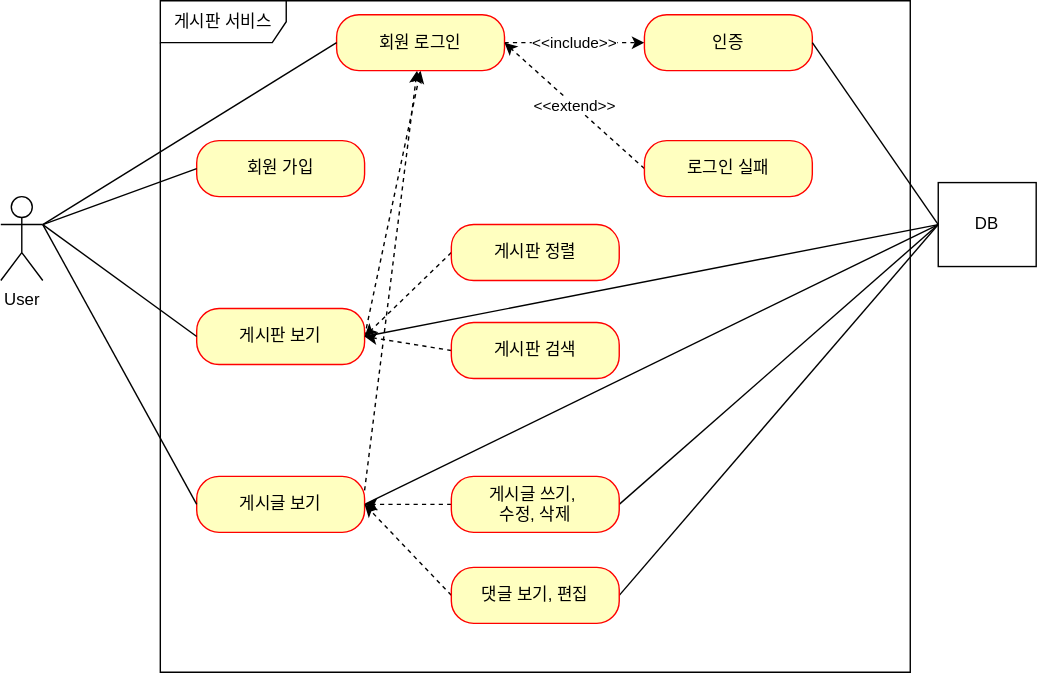
Earlier version of the draw.io export document/use-case.svg (dino-park/study-project-board). Source tidied: cells renumbered, new cells last; positions are measured from the earlier drawing's top-left corner, leaving out a move shared by most shapes.
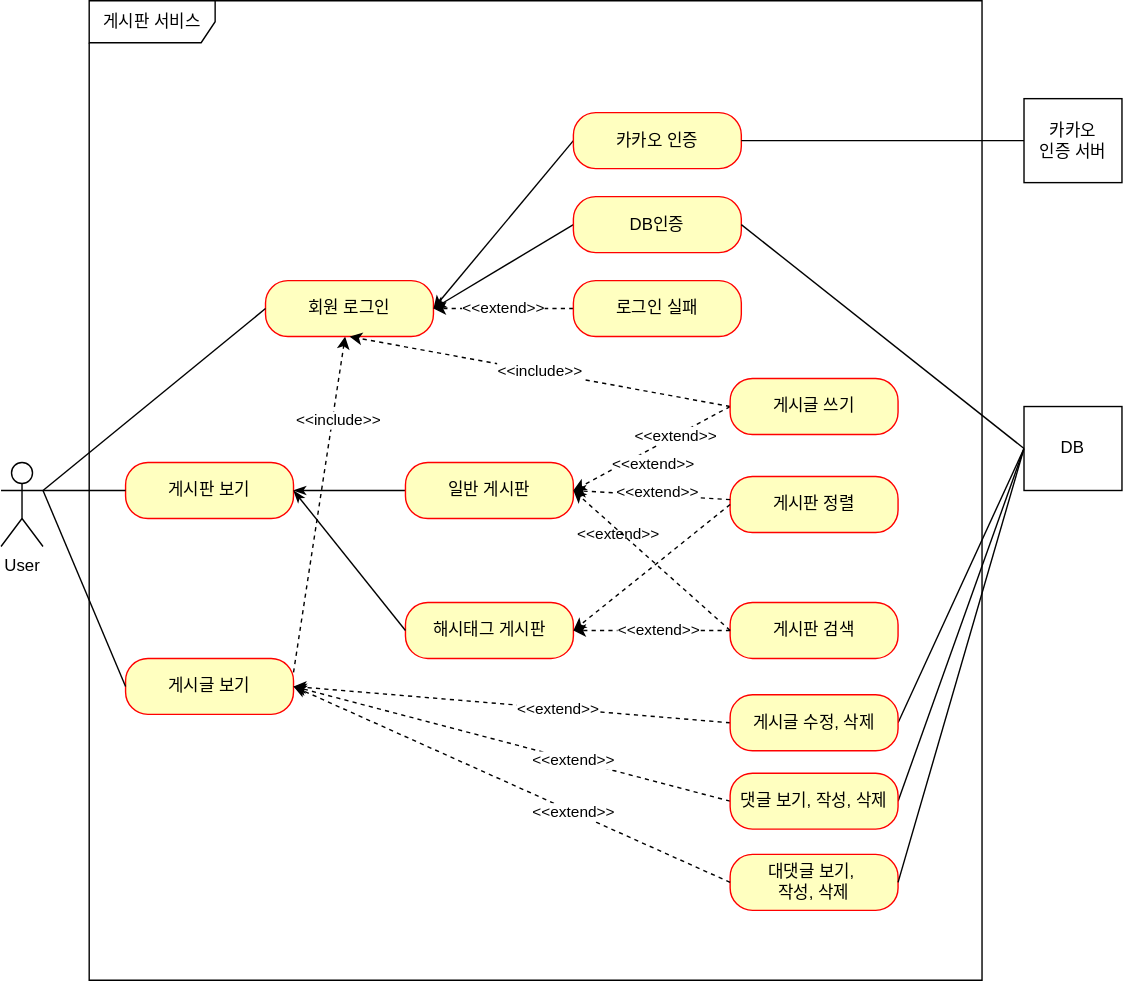
The same diagram one commit later.

Commit message:
#35 - use-case.svg: 카카오인증 유즈케이스 추가

What changed in the source:
```diff
@@ -3,80 +3,73 @@
     <mxCell id="0" />
     <mxCell id="1" parent="0" />
     <mxCell id="2" value="User" style="shape=umlActor;verticalLabelPosition=bottom;verticalAlign=top;html=1;" parent="1" vertex="1">
-      <mxGeometry y="140" width="30" height="60" as="geometry" />
+      <mxGeometry x="-61" y="140" width="30" height="60" as="geometry" />
     </mxCell>
     <mxCell id="3" value="게시판 서비스" style="shape=umlFrame;whiteSpace=wrap;html=1;width=90;height=30;" parent="1" vertex="1">
-      <mxGeometry x="114" width="536" height="480" as="geometry" />
+      <mxGeometry x="2" y="-190" width="638" height="700" as="geometry" />
     </mxCell>
-    <mxCell id="4" value="회원 가입" style="rounded=1;whiteSpace=wrap;html=1;arcSize=40;fontColor=#000000;fillColor=#ffffc0;strokeColor=#ff0000;" parent="1" vertex="1">
-      <mxGeometry x="140" y="100" width="120" height="40" as="geometry" />
-    </mxCell>
-    <mxCell id="5" style="rounded=0;jettySize=auto;html=1;exitX=1;exitY=0.5;exitDx=0;exitDy=0;entryX=0.5;entryY=1;entryDx=0;entryDy=0;dashed=1;" parent="1" edge="1" source="7" target="12">
-      <mxGeometry relative="1" as="geometry" />
-    </mxCell>
-    <mxCell id="6" style="edgeStyle=none;rounded=0;jettySize=auto;html=1;exitX=1;exitY=0.5;exitDx=0;exitDy=0;entryX=0;entryY=0.5;entryDx=0;entryDy=0;endArrow=none;endFill=0;" parent="1" edge="1" source="7" target="30">
+    <mxCell id="6" style="edgeStyle=none;rounded=0;jettySize=auto;html=1;exitX=1;exitY=0.5;exitDx=0;exitDy=0;endArrow=none;endFill=0;startArrow=classicThin;startFill=1;" parent="1" edge="1" source="7" target="36">
       <mxGeometry relative="1" as="geometry" />
     </mxCell>
     <mxCell id="7" value="게시판 보기" style="rounded=1;whiteSpace=wrap;html=1;arcSize=40;fontColor=#000000;fillColor=#ffffc0;strokeColor=#ff0000;" parent="1" vertex="1">
-      <mxGeometry x="140" y="220" width="120" height="40" as="geometry" />
+      <mxGeometry x="28" y="140" width="120" height="40" as="geometry" />
     </mxCell>
     <mxCell id="8" style="rounded=0;jettySize=auto;html=1;exitX=1;exitY=0.25;exitDx=0;exitDy=0;dashed=1;" parent="1" edge="1" source="10" target="12">
       <mxGeometry relative="1" as="geometry" />
     </mxCell>
-    <mxCell id="9" style="edgeStyle=none;rounded=0;jettySize=auto;html=1;exitX=1;exitY=0.5;exitDx=0;exitDy=0;entryX=0;entryY=0.5;entryDx=0;entryDy=0;endArrow=none;endFill=0;" parent="1" edge="1" source="10" target="30">
-      <mxGeometry relative="1" as="geometry" />
-    </mxCell>
+    <mxCell id="32" value="&amp;lt;&amp;lt;include&amp;gt;&amp;gt;" style="edgeLabel;html=1;align=center;verticalAlign=middle;" parent="8" vertex="1">
+      <mxGeometry x="-0.36" y="-2" relative="1" as="geometry">
+        <mxPoint x="18" y="-104" as="offset" />
+      </mxGeometry>
+    </mxCell>
     <mxCell id="10" value="게시글 보기" style="rounded=1;whiteSpace=wrap;html=1;arcSize=40;fontColor=#000000;fillColor=#ffffc0;strokeColor=#ff0000;" parent="1" vertex="1">
-      <mxGeometry x="140" y="340" width="120" height="40" as="geometry" />
+      <mxGeometry x="28" y="280" width="120" height="40" as="geometry" />
     </mxCell>
-    <mxCell id="11" value="&amp;lt;&amp;lt;include&amp;gt;&amp;gt;" style="rounded=0;jettySize=auto;html=1;exitX=1;exitY=0.5;exitDx=0;exitDy=0;entryX=0;entryY=0.5;entryDx=0;entryDy=0;endArrow=classic;endFill=1;dashed=1;" parent="1" edge="1" source="12" target="13">
-      <mxGeometry relative="1" as="geometry" />
-    </mxCell>
     <mxCell id="12" value="회원 로그인" style="rounded=1;whiteSpace=wrap;html=1;arcSize=40;fontColor=#000000;fillColor=#ffffc0;strokeColor=#ff0000;" parent="1" vertex="1">
-      <mxGeometry x="240" y="10" width="120" height="40" as="geometry" />
+      <mxGeometry x="128" y="10" width="120" height="40" as="geometry" />
     </mxCell>
+    <mxCell id="33" style="rounded=0;jettySize=auto;html=1;exitX=0;exitY=0.5;exitDx=0;exitDy=0;entryX=1;entryY=0.5;entryDx=0;entryDy=0;" parent="1" edge="1" source="13" target="12">
+      <mxGeometry relative="1" as="geometry" />
+    </mxCell>
-    <mxCell id="13" value="인증" style="rounded=1;whiteSpace=wrap;html=1;arcSize=40;fontColor=#000000;fillColor=#ffffc0;strokeColor=#ff0000;" parent="1" vertex="1">
-      <mxGeometry x="460" y="10" width="120" height="40" as="geometry" />
+    <mxCell id="13" value="DB인증" style="rounded=1;whiteSpace=wrap;html=1;arcSize=40;fontColor=#000000;fillColor=#ffffc0;strokeColor=#ff0000;" parent="1" vertex="1">
+      <mxGeometry x="348" y="-50" width="120" height="40" as="geometry" />
     </mxCell>
     <mxCell id="14" value="&amp;lt;&amp;lt;extend&amp;gt;&amp;gt;" style="rounded=0;jettySize=auto;html=1;exitX=0;exitY=0.5;exitDx=0;exitDy=0;entryX=1;entryY=0.5;entryDx=0;entryDy=0;endArrow=classic;endFill=1;dashed=1;" parent="1" edge="1" source="15" target="12">
       <mxGeometry relative="1" as="geometry" />
     </mxCell>
     <mxCell id="15" value="로그인 실패" style="rounded=1;whiteSpace=wrap;html=1;arcSize=40;fontColor=#000000;fillColor=#ffffc0;strokeColor=#ff0000;" parent="1" vertex="1">
-      <mxGeometry x="460" y="100" width="120" height="40" as="geometry" />
+      <mxGeometry x="348" y="10" width="120" height="40" as="geometry" />
     </mxCell>
-    <mxCell id="16" style="rounded=0;jettySize=auto;html=1;exitX=0;exitY=0.5;exitDx=0;exitDy=0;entryX=1;entryY=0.5;entryDx=0;entryDy=0;dashed=1;" parent="1" edge="1" source="17" target="7">
-      <mxGeometry relative="1" as="geometry" />
-    </mxCell>
     <mxCell id="17" value="게시판 정렬" style="rounded=1;whiteSpace=wrap;html=1;arcSize=40;fontColor=#000000;fillColor=#ffffc0;strokeColor=#ff0000;" parent="1" vertex="1">
-      <mxGeometry x="322" y="160" width="120" height="40" as="geometry" />
+      <mxGeometry x="460" y="150" width="120" height="40" as="geometry" />
     </mxCell>
-    <mxCell id="18" style="rounded=0;jettySize=auto;html=1;exitX=0;exitY=0.5;exitDx=0;exitDy=0;entryX=1;entryY=0.5;entryDx=0;entryDy=0;dashed=1;" parent="1" edge="1" source="19" target="7">
-      <mxGeometry relative="1" as="geometry" />
-    </mxCell>
     <mxCell id="19" value="게시판 검색" style="rounded=1;whiteSpace=wrap;html=1;arcSize=40;fontColor=#000000;fillColor=#ffffc0;strokeColor=#ff0000;" parent="1" vertex="1">
-      <mxGeometry x="322" y="230" width="120" height="40" as="geometry" />
+      <mxGeometry x="460" y="240" width="120" height="40" as="geometry" />
     </mxCell>
     <mxCell id="20" style="rounded=0;jettySize=auto;html=1;exitX=0;exitY=0.5;exitDx=0;exitDy=0;entryX=1;entryY=0.5;entryDx=0;entryDy=0;dashed=1;" parent="1" edge="1" source="22" target="10">
       <mxGeometry relative="1" as="geometry" />
     </mxCell>
+    <mxCell id="34" value="&amp;lt;&amp;lt;extend&amp;gt;&amp;gt;" style="edgeLabel;html=1;align=center;verticalAlign=middle;" parent="20" vertex="1">
+      <mxGeometry x="-0.2" relative="1" as="geometry" />
+    </mxCell>
     <mxCell id="21" style="edgeStyle=none;rounded=0;jettySize=auto;html=1;exitX=1;exitY=0.5;exitDx=0;exitDy=0;entryX=0;entryY=0.5;entryDx=0;entryDy=0;endArrow=none;endFill=0;" parent="1" edge="1" source="22" target="30">
       <mxGeometry relative="1" as="geometry" />
     </mxCell>
-    <mxCell id="22" value="게시글 쓰기,&amp;nbsp;&lt;div&gt;수정, 삭제&lt;/div&gt;" style="rounded=1;whiteSpace=wrap;html=1;arcSize=40;fontColor=#000000;fillColor=#ffffc0;strokeColor=#ff0000;" parent="1" vertex="1">
-      <mxGeometry x="322" y="340" width="120" height="40" as="geometry" />
+    <mxCell id="22" value="게시글&amp;nbsp;&lt;span style=&quot;background-color: transparent; color: light-dark(rgb(0, 0, 0), rgb(237, 237, 237));&quot;&gt;수정, 삭제&lt;/span&gt;" style="rounded=1;whiteSpace=wrap;html=1;arcSize=40;fontColor=#000000;fillColor=#ffffc0;strokeColor=#ff0000;" parent="1" vertex="1">
+      <mxGeometry x="460" y="306" width="120" height="40" as="geometry" />
     </mxCell>
     <mxCell id="23" style="rounded=0;jettySize=auto;html=1;exitX=0;exitY=0.5;exitDx=0;exitDy=0;entryX=1;entryY=0.5;entryDx=0;entryDy=0;dashed=1;" parent="1" edge="1" source="25" target="10">
       <mxGeometry relative="1" as="geometry" />
     </mxCell>
+    <mxCell id="35" value="&amp;lt;&amp;lt;extend&amp;gt;&amp;gt;" style="edgeLabel;html=1;align=center;verticalAlign=middle;" parent="23" vertex="1">
+      <mxGeometry x="-0.28" relative="1" as="geometry" />
+    </mxCell>
     <mxCell id="24" style="edgeStyle=none;rounded=0;jettySize=auto;html=1;exitX=1;exitY=0.5;exitDx=0;exitDy=0;entryX=0;entryY=0.5;entryDx=0;entryDy=0;endArrow=none;endFill=0;" parent="1" edge="1" source="25" target="30">
       <mxGeometry relative="1" as="geometry" />
     </mxCell>
-    <mxCell id="25" value="댓글 보기, 편집" style="rounded=1;whiteSpace=wrap;html=1;arcSize=40;fontColor=#000000;fillColor=#ffffc0;strokeColor=#ff0000;" parent="1" vertex="1">
-      <mxGeometry x="322" y="405" width="120" height="40" as="geometry" />
+    <mxCell id="25" value="댓글 보기, 작성, 삭제" style="rounded=1;whiteSpace=wrap;html=1;arcSize=40;fontColor=#000000;fillColor=#ffffc0;strokeColor=#ff0000;" parent="1" vertex="1">
+      <mxGeometry x="460" y="362" width="120" height="40" as="geometry" />
     </mxCell>
-    <mxCell id="26" style="rounded=0;jettySize=auto;html=1;exitX=0;exitY=0.5;exitDx=0;exitDy=0;entryX=1;entryY=0.3333333333333333;entryDx=0;entryDy=0;entryPerimeter=0;endArrow=none;endFill=0;" parent="1" edge="1" source="4" target="2">
-      <mxGeometry relative="1" as="geometry" />
-    </mxCell>
     <mxCell id="27" style="rounded=0;jettySize=auto;html=1;exitX=0;exitY=0.5;exitDx=0;exitDy=0;entryX=1;entryY=0.3333333333333333;entryDx=0;entryDy=0;entryPerimeter=0;endArrow=none;endFill=0;" parent="1" edge="1" source="12" target="2">
       <mxGeometry relative="1" as="geometry" />
     </mxCell>
@@ -87,10 +80,89 @@
       <mxGeometry relative="1" as="geometry" />
     </mxCell>
     <mxCell id="30" value="DB" style="html=1;whiteSpace=wrap;" parent="1" vertex="1">
-      <mxGeometry x="670" y="130" width="70" height="60" as="geometry" />
+      <mxGeometry x="670" y="100" width="70" height="60" as="geometry" />
     </mxCell>
     <mxCell id="31" style="edgeStyle=none;rounded=0;jettySize=auto;html=1;exitX=1;exitY=0.5;exitDx=0;exitDy=0;entryX=0;entryY=0.5;entryDx=0;entryDy=0;endArrow=none;endFill=0;" parent="1" edge="1" source="13" target="30">
       <mxGeometry relative="1" as="geometry" />
     </mxCell>
+    <mxCell id="36" value="일반 게시판" style="rounded=1;whiteSpace=wrap;html=1;arcSize=40;fontColor=#000000;fillColor=#ffffc0;strokeColor=#ff0000;" parent="1" vertex="1">
+      <mxGeometry x="228" y="140" width="120" height="40" as="geometry" />
+    </mxCell>
+    <mxCell id="37" value="해시태그 게시판" style="rounded=1;whiteSpace=wrap;html=1;arcSize=40;fontColor=#000000;fillColor=#ffffc0;strokeColor=#ff0000;" parent="1" vertex="1">
+      <mxGeometry x="228" y="240" width="120" height="40" as="geometry" />
+    </mxCell>
+    <mxCell id="38" style="edgeStyle=none;rounded=0;jettySize=auto;html=1;exitX=1;exitY=0.5;exitDx=0;exitDy=0;endArrow=none;endFill=0;startArrow=classicThin;startFill=1;entryX=0;entryY=0.5;entryDx=0;entryDy=0;" parent="1" edge="1" source="7" target="37">
+      <mxGeometry relative="1" as="geometry" />
+    </mxCell>
+    <mxCell id="39" value="&amp;lt;&amp;lt;include&amp;gt;&amp;gt;" style="rounded=0;jettySize=auto;html=1;exitX=0;exitY=0.5;exitDx=0;exitDy=0;entryX=0.5;entryY=1;entryDx=0;entryDy=0;endArrow=classic;endFill=1;dashed=1;" parent="1" edge="1" source="42" target="12">
+      <mxGeometry relative="1" as="geometry" />
+    </mxCell>
+    <mxCell id="40" style="rounded=0;jettySize=auto;html=1;exitX=0;exitY=0.5;exitDx=0;exitDy=0;entryX=1;entryY=0.5;entryDx=0;entryDy=0;dashed=1;" parent="1" edge="1" source="42" target="36">
+      <mxGeometry relative="1" as="geometry" />
+    </mxCell>
+    <mxCell id="41" value="&amp;lt;&amp;lt;extend&amp;gt;&amp;gt;" style="edgeLabel;html=1;align=center;verticalAlign=middle;" parent="40" vertex="1">
+      <mxGeometry x="0.68" y="3" relative="1" as="geometry">
+        <mxPoint x="53" y="-33" as="offset" />
+      </mxGeometry>
+    </mxCell>
+    <mxCell id="42" value="게시글 쓰기" style="rounded=1;whiteSpace=wrap;html=1;arcSize=40;fontColor=#000000;fillColor=#ffffc0;strokeColor=#ff0000;" parent="1" vertex="1">
+      <mxGeometry x="460" y="80" width="120" height="40" as="geometry" />
+    </mxCell>
+    <mxCell id="43" style="rounded=0;jettySize=auto;html=1;entryX=1;entryY=0.5;entryDx=0;entryDy=0;dashed=1;" parent="1" edge="1" source="17" target="36">
+      <mxGeometry relative="1" as="geometry" />
+    </mxCell>
+    <mxCell id="44" value="&amp;lt;&amp;lt;extend&amp;gt;&amp;gt;" style="edgeLabel;html=1;align=center;verticalAlign=middle;" parent="43" vertex="1">
+      <mxGeometry x="0.68" y="3" relative="1" as="geometry">
+        <mxPoint x="42" y="-4" as="offset" />
+      </mxGeometry>
+    </mxCell>
+    <mxCell id="45" style="rounded=0;jettySize=auto;html=1;exitX=0;exitY=0.5;exitDx=0;exitDy=0;entryX=1;entryY=0.5;entryDx=0;entryDy=0;dashed=1;" parent="1" edge="1" source="17" target="37">
+      <mxGeometry relative="1" as="geometry" />
+    </mxCell>
+    <mxCell id="46" value="&amp;lt;&amp;lt;extend&amp;gt;&amp;gt;" style="edgeLabel;html=1;align=center;verticalAlign=middle;" parent="45" vertex="1">
+      <mxGeometry x="0.68" y="3" relative="1" as="geometry">
+        <mxPoint x="12" y="-58" as="offset" />
+      </mxGeometry>
+    </mxCell>
+    <mxCell id="47" style="rounded=0;jettySize=auto;html=1;exitX=0;exitY=0.5;exitDx=0;exitDy=0;entryX=1;entryY=0.5;entryDx=0;entryDy=0;dashed=1;" parent="1" edge="1" source="19" target="36">
+      <mxGeometry relative="1" as="geometry" />
+    </mxCell>
+    <mxCell id="48" value="&amp;lt;&amp;lt;extend&amp;gt;&amp;gt;" style="edgeLabel;html=1;align=center;verticalAlign=middle;" parent="47" vertex="1">
+      <mxGeometry x="0.68" y="3" relative="1" as="geometry">
+        <mxPoint x="40" y="-38" as="offset" />
+      </mxGeometry>
+    </mxCell>
+    <mxCell id="49" style="rounded=0;jettySize=auto;html=1;entryX=1;entryY=0.5;entryDx=0;entryDy=0;dashed=1;exitX=0;exitY=0.5;exitDx=0;exitDy=0;" parent="1" edge="1" source="19" target="37">
+      <mxGeometry relative="1" as="geometry" />
+    </mxCell>
+    <mxCell id="50" value="&amp;lt;&amp;lt;extend&amp;gt;&amp;gt;" style="edgeLabel;html=1;align=center;verticalAlign=middle;" parent="49" vertex="1">
+      <mxGeometry x="0.68" y="3" relative="1" as="geometry">
+        <mxPoint x="42" y="-4" as="offset" />
+      </mxGeometry>
+    </mxCell>
+    <mxCell id="51" value="대댓글 보기,&amp;nbsp;&lt;div&gt;작성, 삭제&lt;/div&gt;" style="rounded=1;whiteSpace=wrap;html=1;arcSize=40;fontColor=#000000;fillColor=#ffffc0;strokeColor=#ff0000;" parent="1" vertex="1">
+      <mxGeometry x="460" y="420" width="120" height="40" as="geometry" />
+    </mxCell>
+    <mxCell id="52" style="edgeStyle=none;rounded=0;jettySize=auto;html=1;exitX=1;exitY=0.5;exitDx=0;exitDy=0;entryX=0;entryY=0.5;entryDx=0;entryDy=0;endArrow=none;endFill=0;" parent="1" edge="1" source="51" target="30">
+      <mxGeometry relative="1" as="geometry" />
+    </mxCell>
+    <mxCell id="53" style="rounded=0;jettySize=auto;html=1;exitX=0;exitY=0.5;exitDx=0;exitDy=0;entryX=1;entryY=0.5;entryDx=0;entryDy=0;dashed=1;" parent="1" edge="1" source="51" target="10">
+      <mxGeometry relative="1" as="geometry" />
+    </mxCell>
+    <mxCell id="54" value="&amp;lt;&amp;lt;extend&amp;gt;&amp;gt;" style="edgeLabel;html=1;align=center;verticalAlign=middle;" parent="53" vertex="1">
+      <mxGeometry x="-0.28" relative="1" as="geometry" />
+    </mxCell>
+    <mxCell id="55" style="rounded=0;jettySize=auto;html=1;exitX=0;exitY=0.5;exitDx=0;exitDy=0;entryX=1;entryY=0.5;entryDx=0;entryDy=0;" parent="1" edge="1" source="56" target="12">
+      <mxGeometry relative="1" as="geometry" />
+    </mxCell>
+    <mxCell id="56" value="카카오 인증" style="rounded=1;whiteSpace=wrap;html=1;arcSize=40;fontColor=#000000;fillColor=#ffffc0;strokeColor=#ff0000;" parent="1" vertex="1">
+      <mxGeometry x="348" y="-110" width="120" height="40" as="geometry" />
+    </mxCell>
+    <mxCell id="57" style="edgeStyle=orthogonalEdgeStyle;rounded=0;jettySize=auto;html=1;exitX=0;exitY=0.5;exitDx=0;exitDy=0;entryX=1;entryY=0.5;entryDx=0;entryDy=0;endArrow=none;endFill=0;" parent="1" edge="1" source="58" target="56">
+      <mxGeometry relative="1" as="geometry" />
+    </mxCell>
+    <mxCell id="58" value="카카오&lt;div&gt;인증 서버&lt;/div&gt;" style="html=1;whiteSpace=wrap;" parent="1" vertex="1">
+      <mxGeometry x="670" y="-120" width="70" height="60" as="geometry" />
+    </mxCell>
   </root>
 </mxGraphModel>
```
